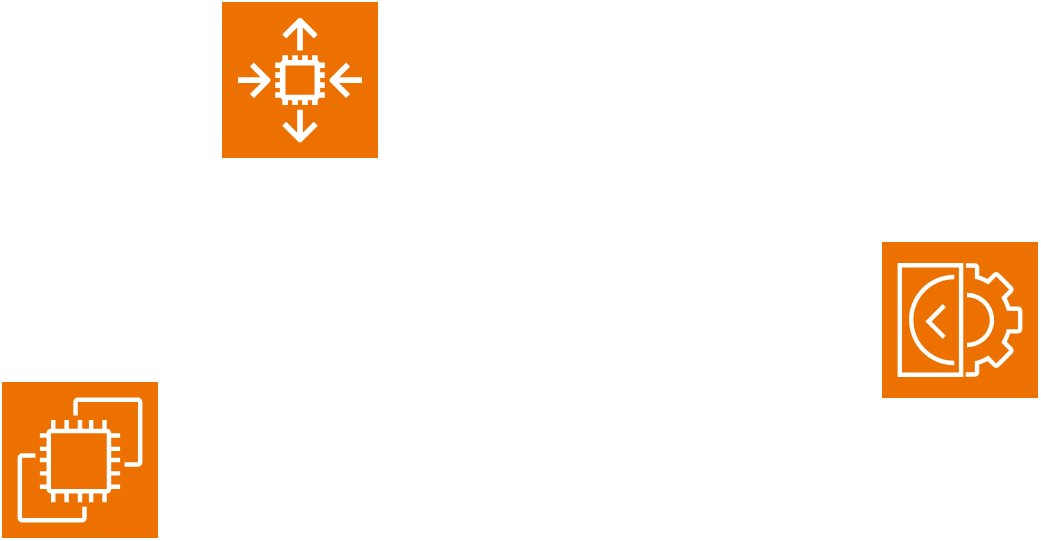
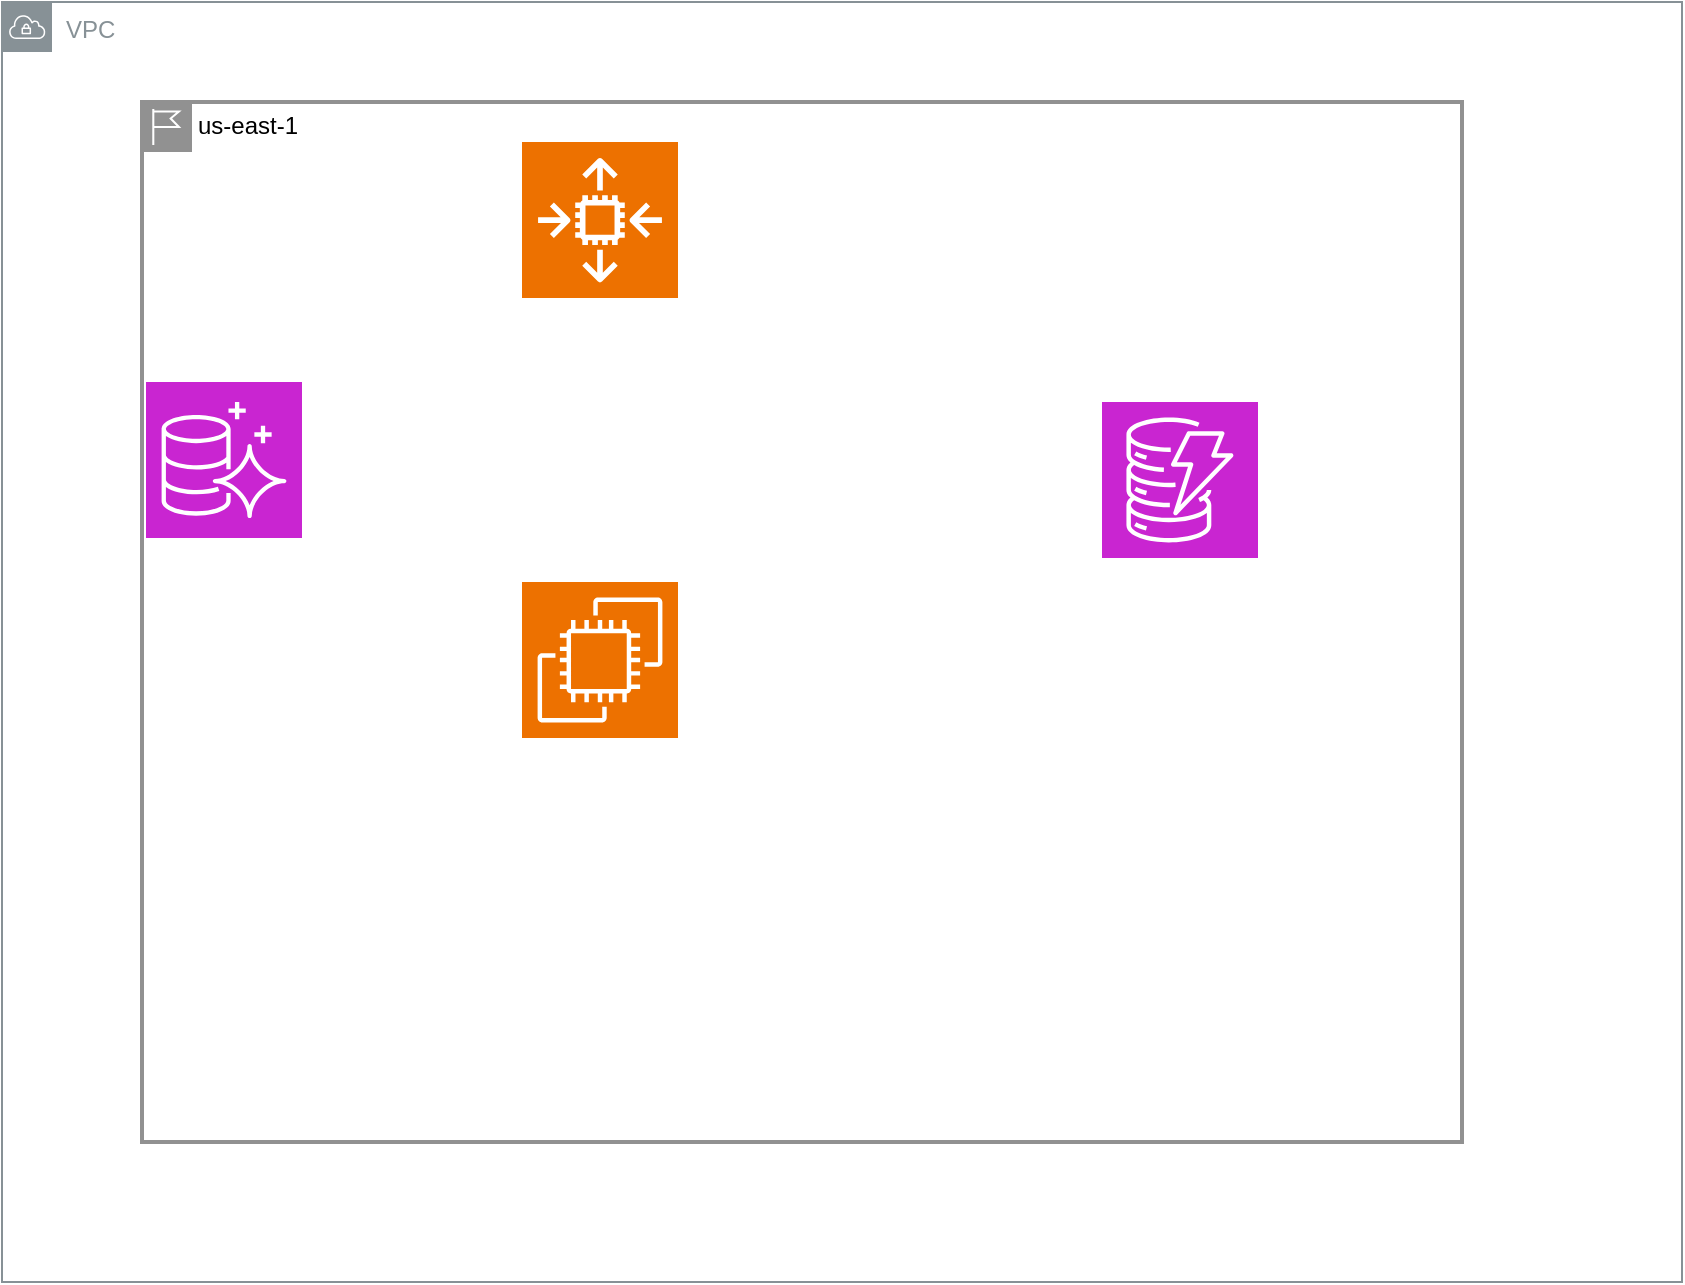
- <mxfile host="app.diagrams.net" agent="Mozilla/5.0 (X11; Linux x86_64) AppleWebKit/537.36 (KHTML, like Gecko) Chrome/135.0.0.0 Safari/537.36" version="27.1.6">
-   <diagram name="Page-1" id="OwQEN5jGeOoqKypGaX7S">
-     <mxGraphModel dx="1426" dy="807" grid="1" gridSize="10" guides="1" tooltips="1" connect="1" arrows="1" fold="1" page="1" pageScale="1" pageWidth="850" pageHeight="1100" math="0" shadow="0">
+ <mxfile host="app.diagrams.net">
+   <diagram name="Page-1" id="T0mdE3lUhQSwBs9Yss22">
+     <mxGraphModel dx="1414" dy="807" grid="1" gridSize="10" guides="1" tooltips="1" connect="1" arrows="1" fold="1" page="1" pageScale="1" pageWidth="850" pageHeight="1100" math="0" shadow="0">
      <root>
        <mxCell id="0" />
        <mxCell id="1" parent="0" />
-         <mxCell id="oZxj3P172EV7MstbTNqo-1" value="" style="sketch=0;points=[[0,0,0],[0.25,0,0],[0.5,0,0],[0.75,0,0],[1,0,0],[0,1,0],[0.25,1,0],[0.5,1,0],[0.75,1,0],[1,1,0],[0,0.25,0],[0,0.5,0],[0,0.75,0],[1,0.25,0],[1,0.5,0],[1,0.75,0]];outlineConnect=0;fontColor=#232F3E;fillColor=#ED7100;strokeColor=#ffffff;dashed=0;verticalLabelPosition=bottom;verticalAlign=top;align=center;html=1;fontSize=12;fontStyle=0;aspect=fixed;shape=mxgraph.aws4.resourceIcon;resIcon=mxgraph.aws4.auto_scaling2;" vertex="1" parent="1">
-           <mxGeometry x="250" y="130" width="78" height="78" as="geometry" />
+         <mxCell id="O1cAJa1oYiMGCajTbSCk-1" parent="1" style="sketch=0;points=[[0,0,0],[0.25,0,0],[0.5,0,0],[0.75,0,0],[1,0,0],[0,1,0],[0.25,1,0],[0.5,1,0],[0.75,1,0],[1,1,0],[0,0.25,0],[0,0.5,0],[0,0.75,0],[1,0.25,0],[1,0.5,0],[1,0.75,0]];outlineConnect=0;fontColor=#232F3E;fillColor=#ED7100;strokeColor=#ffffff;dashed=0;verticalLabelPosition=bottom;verticalAlign=top;align=center;html=1;fontSize=12;fontStyle=0;aspect=fixed;shape=mxgraph.aws4.resourceIcon;resIcon=mxgraph.aws4.ec2;" value="" vertex="1">
+           <mxGeometry height="78" width="78" x="290" y="310" as="geometry" />
        </mxCell>
-         <mxCell id="oZxj3P172EV7MstbTNqo-2" value="" style="sketch=0;points=[[0,0,0],[0.25,0,0],[0.5,0,0],[0.75,0,0],[1,0,0],[0,1,0],[0.25,1,0],[0.5,1,0],[0.75,1,0],[1,1,0],[0,0.25,0],[0,0.5,0],[0,0.75,0],[1,0.25,0],[1,0.5,0],[1,0.75,0]];outlineConnect=0;fontColor=#232F3E;fillColor=#ED7100;strokeColor=#ffffff;dashed=0;verticalLabelPosition=bottom;verticalAlign=top;align=center;html=1;fontSize=12;fontStyle=0;aspect=fixed;shape=mxgraph.aws4.resourceIcon;resIcon=mxgraph.aws4.ec2;" vertex="1" parent="1">
-           <mxGeometry x="140" y="320" width="78" height="78" as="geometry" />
+         <mxCell id="O1cAJa1oYiMGCajTbSCk-2" parent="1" style="sketch=0;points=[[0,0,0],[0.25,0,0],[0.5,0,0],[0.75,0,0],[1,0,0],[0,1,0],[0.25,1,0],[0.5,1,0],[0.75,1,0],[1,1,0],[0,0.25,0],[0,0.5,0],[0,0.75,0],[1,0.25,0],[1,0.5,0],[1,0.75,0]];outlineConnect=0;fontColor=#232F3E;fillColor=#ED7100;strokeColor=#ffffff;dashed=0;verticalLabelPosition=bottom;verticalAlign=top;align=center;html=1;fontSize=12;fontStyle=0;aspect=fixed;shape=mxgraph.aws4.resourceIcon;resIcon=mxgraph.aws4.auto_scaling2;" value="" vertex="1">
+           <mxGeometry height="78" width="78" x="290" y="90" as="geometry" />
        </mxCell>
-         <mxCell id="oZxj3P172EV7MstbTNqo-3" value="" style="sketch=0;points=[[0,0,0],[0.25,0,0],[0.5,0,0],[0.75,0,0],[1,0,0],[0,1,0],[0.25,1,0],[0.5,1,0],[0.75,1,0],[1,1,0],[0,0.25,0],[0,0.5,0],[0,0.75,0],[1,0.25,0],[1,0.5,0],[1,0.75,0]];outlineConnect=0;fontColor=#232F3E;fillColor=#ED7100;strokeColor=#ffffff;dashed=0;verticalLabelPosition=bottom;verticalAlign=top;align=center;html=1;fontSize=12;fontStyle=0;aspect=fixed;shape=mxgraph.aws4.resourceIcon;resIcon=mxgraph.aws4.ec2_image_builder;" vertex="1" parent="1">
-           <mxGeometry x="580" y="250" width="78" height="78" as="geometry" />
+         <mxCell id="O1cAJa1oYiMGCajTbSCk-4" parent="1" style="sketch=0;points=[[0,0,0],[0.25,0,0],[0.5,0,0],[0.75,0,0],[1,0,0],[0,1,0],[0.25,1,0],[0.5,1,0],[0.75,1,0],[1,1,0],[0,0.25,0],[0,0.5,0],[0,0.75,0],[1,0.25,0],[1,0.5,0],[1,0.75,0]];outlineConnect=0;fontColor=#232F3E;fillColor=#C925D1;strokeColor=#ffffff;dashed=0;verticalLabelPosition=bottom;verticalAlign=top;align=center;html=1;fontSize=12;fontStyle=0;aspect=fixed;shape=mxgraph.aws4.resourceIcon;resIcon=mxgraph.aws4.aurora;" value="" vertex="1">
+           <mxGeometry height="78" width="78" x="102" y="210" as="geometry" />
+         </mxCell>
+         <mxCell id="O1cAJa1oYiMGCajTbSCk-5" parent="1" style="sketch=0;points=[[0,0,0],[0.25,0,0],[0.5,0,0],[0.75,0,0],[1,0,0],[0,1,0],[0.25,1,0],[0.5,1,0],[0.75,1,0],[1,1,0],[0,0.25,0],[0,0.5,0],[0,0.75,0],[1,0.25,0],[1,0.5,0],[1,0.75,0]];outlineConnect=0;fontColor=#232F3E;fillColor=#C925D1;strokeColor=#ffffff;dashed=0;verticalLabelPosition=bottom;verticalAlign=top;align=center;html=1;fontSize=12;fontStyle=0;aspect=fixed;shape=mxgraph.aws4.resourceIcon;resIcon=mxgraph.aws4.dynamodb;" value="" vertex="1">
+           <mxGeometry height="78" width="78" x="580" y="220" as="geometry" />
+         </mxCell>
+         <mxCell id="O1cAJa1oYiMGCajTbSCk-6" parent="1" style="sketch=0;outlineConnect=0;gradientColor=none;html=1;whiteSpace=wrap;fontSize=12;fontStyle=0;shape=mxgraph.aws4.group;grIcon=mxgraph.aws4.group_vpc;strokeColor=#879196;fillColor=none;verticalAlign=top;align=left;spacingLeft=30;fontColor=#879196;dashed=0;" value="VPC" vertex="1">
+           <mxGeometry height="640" width="840" x="30" y="20" as="geometry" />
+         </mxCell>
+         <mxCell id="O1cAJa1oYiMGCajTbSCk-7" parent="1" style="shape=mxgraph.ibm.box;iconColor=#ffffff;prType=region;fontStyle=0;verticalAlign=top;align=left;spacingLeft=32;spacingTop=4;fillColor=none;rounded=0;whiteSpace=wrap;html=1;strokeColor=#919191;strokeWidth=2;dashed=0;container=1;spacing=-4;collapsible=0;expand=0;recursiveResize=0;" value="us-east-1" vertex="1">
+           <mxGeometry height="520" width="660" x="100" y="70" as="geometry" />
        </mxCell>
      </root>
    </mxGraphModel>
  </diagram>
</mxfile>
